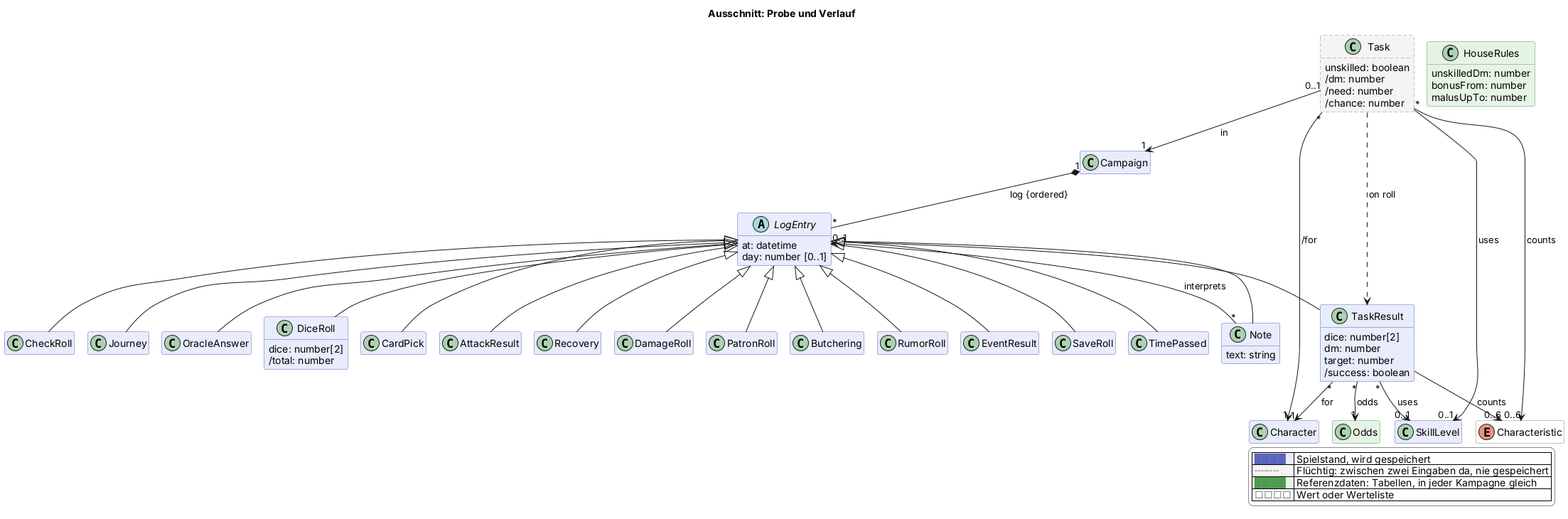
scuzzar/SRE keeps this PlantUML diagram as docs/views/probe.png. Above is the earlier version.
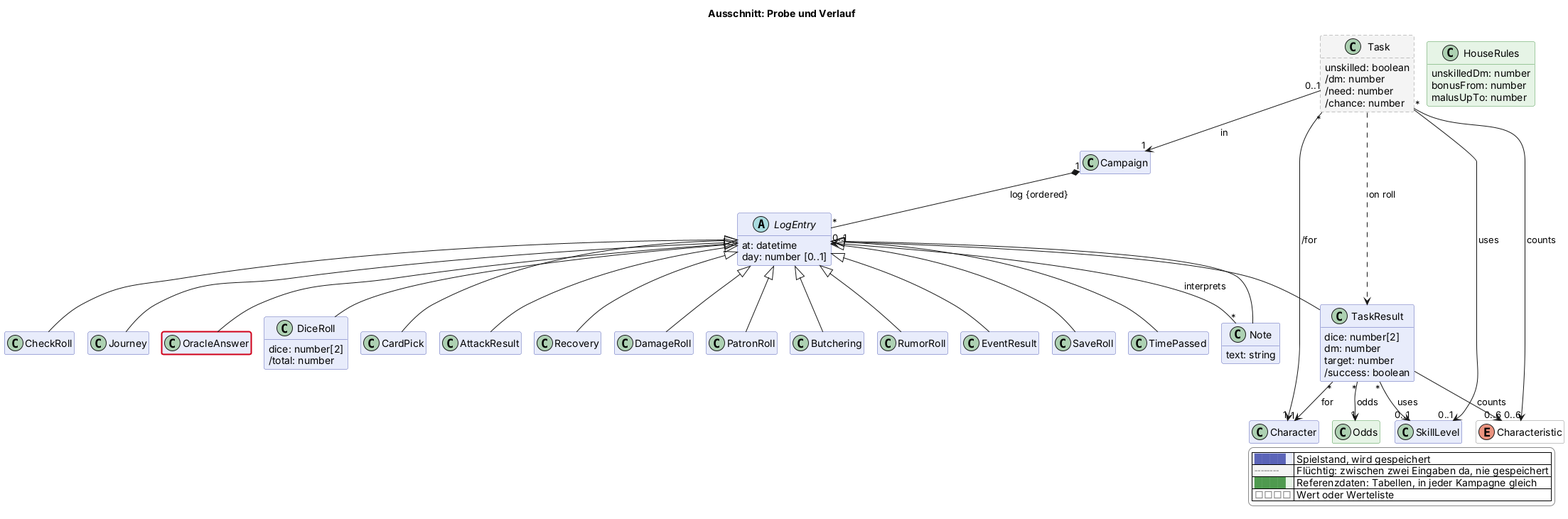
After the change.

Diff of the diagram source:
```diff
@@ -165,4 +165,5 @@
   |<#e6f4e6> <color:#4f9a4f>████</color> | Referenzdaten: Tabellen, in jeder Kampagne gleich |
   |<#ffffff> <color:#8a8a8a>□□□□</color> | Wert oder Werteliste |
 endlegend
+class OracleAnswer #line:d0021b;line.bold
 @enduml
```
